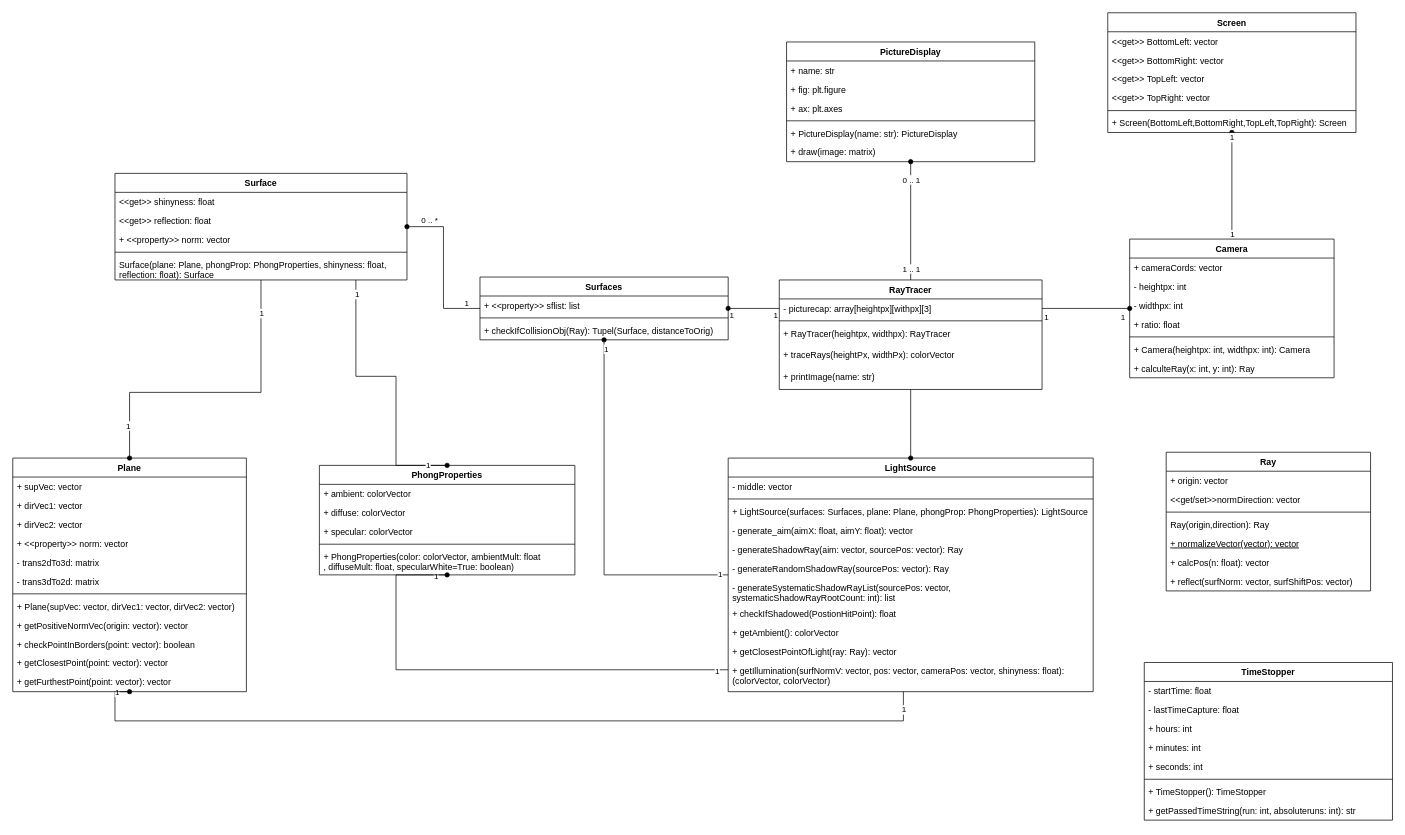
FreshMax9000/RayTrace keeps this draw.io diagram as rayclasses.drawio. Above is the earlier version. Source tidied: cells renumbered, new cells numbered last; positions are measured from the earlier drawing's top-left corner, leaving out a move shared by most shapes. Both pictures are drawn from the tidied source at 73%, with x=0, y=0 at pixel (12, 12).
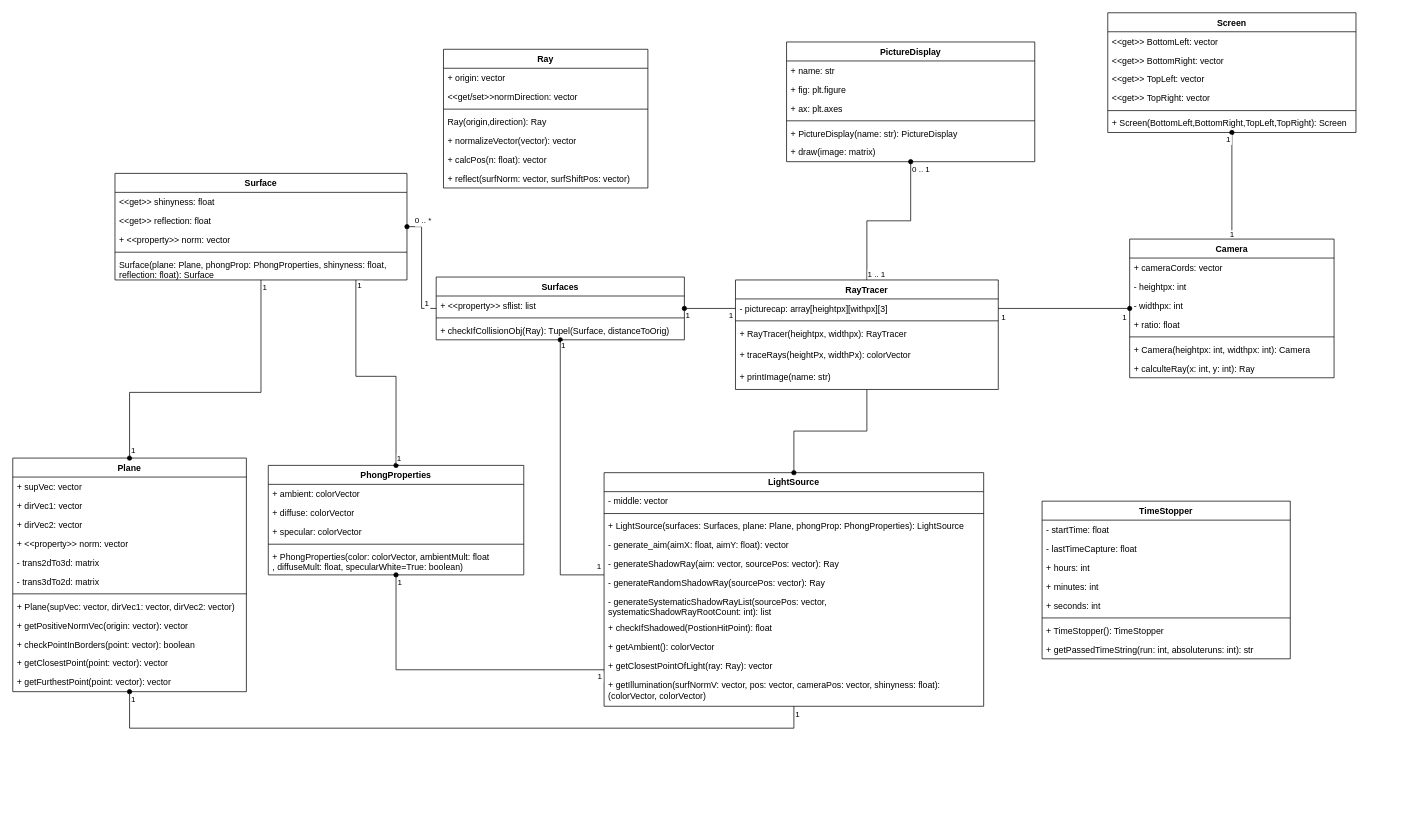
Above is the later version.

Commit message (it also covers changes not shown here):
Changed Doku and Classdiagramm, added Vektorgrafik

Unchanged cells that the change refers to:
```xml
<mxCell id="5" value="Surface" style="swimlane;fontStyle=1;align=center;verticalAlign=top;horizontal=1;startSize=26;" parent="1" vertex="1">
  <mxGeometry x="140" y="220" width="400" height="146" as="geometry" />
</mxCell>
<mxCell id="19" value="Screen" style="swimlane;fontStyle=1;align=center;verticalAlign=top;horizontal=1;startSize=26;" parent="1" vertex="1">
  <mxGeometry x="1500" width="340" height="164" as="geometry" />
</mxCell>
<mxCell id="30" value="- picturecap: array[heightpx][withpx][3]" style="text;strokeColor=none;fillColor=none;align=left;verticalAlign=top;spacingLeft=4;spacingRight=4;overflow=hidden;points=[[0,0.5],[1,0.5]];portConstraint=eastwest;" parent="29" vertex="1">
  <mxGeometry y="26" width="360" height="26" as="geometry" />
</mxCell>
<mxCell id="38" value="Camera" style="swimlane;fontStyle=1;align=center;verticalAlign=top;horizontal=1;startSize=26;" parent="1" vertex="1">
  <mxGeometry x="1530" y="310" width="280" height="190" as="geometry" />
</mxCell>
<mxCell id="62" value="Plane" style="swimlane;fontStyle=1;align=center;verticalAlign=top;horizontal=1;startSize=26;" parent="1" vertex="1">
  <mxGeometry y="610" width="320" height="320" as="geometry" />
</mxCell>
<mxCell id="112" value="PictureDisplay" style="swimlane;fontStyle=1;align=center;verticalAlign=top;horizontal=1;startSize=26;" parent="1" vertex="1">
  <mxGeometry x="1060" y="40" width="340" height="164" as="geometry" />
</mxCell>
```

Change to the diagram source:
```diff
@@
-    <mxCell id="2" style="edgeStyle=orthogonalEdgeStyle;rounded=0;jettySize=auto;html=1;startArrow=oval;startFill=1;endArrow=none;endFill=0;" parent="1" edge="1" source="5" target="46">
+    <mxCell id="2" style="edgeStyle=orthogonalEdgeStyle;rounded=0;jettySize=auto;startArrow=oval;startFill=1;endArrow=none;endFill=0;" parent="1" edge="1" source="5" target="46">
       <mxGeometry relative="1" as="geometry" />
     </mxCell>
-    <mxCell id="3" value="0 .. *" style="edgeLabel;html=1;align=center;verticalAlign=middle;" parent="2" vertex="1">
+    <mxCell id="3" value="0 .. *" style="edgeLabel;align=center;verticalAlign=middle;" parent="2" vertex="1">
       <mxGeometry x="-0.75" relative="1" as="geometry">
         <mxPoint x="3" y="-9" as="offset" />
       </mxGeometry>
     </mxCell>
-    <mxCell id="4" value="1" style="edgeLabel;html=1;align=center;verticalAlign=middle;" parent="2" vertex="1">
+    <mxCell id="4" value="1" style="edgeLabel;align=center;verticalAlign=middle;" parent="2" vertex="1">
       <mxGeometry x="0.78" y="1" relative="1" as="geometry">
         <mxPoint x="4" y="-7" as="offset" />
       </mxGeometry>
     </mxCell>
@@
     <mxCell id="11" value="Ray" style="swimlane;fontStyle=1;align=center;verticalAlign=top;horizontal=1;startSize=26;" parent="1" vertex="1">
-      <mxGeometry x="1580" y="602" width="280" height="190" as="geometry" />
+      <mxGeometry x="590" y="50" width="280" height="190" as="geometry" />
     </mxCell>
@@
-    <mxCell id="16" value="+ normalizeVector(vector): vector" style="text;strokeColor=none;fillColor=none;align=left;verticalAlign=top;spacingLeft=4;spacingRight=4;overflow=hidden;fontStyle=4;" parent="11" vertex="1">
+    <mxCell id="16" value="+ normalizeVector(vector): vector" style="text;strokeColor=none;fillColor=none;align=left;verticalAlign=top;spacingLeft=4;spacingRight=4;overflow=hidden;fontStyle=0;" parent="11" vertex="1">
       <mxGeometry y="112" width="280" height="26" as="geometry" />
     </mxCell>
@@
-    <mxCell id="26" style="edgeStyle=orthogonalEdgeStyle;rounded=0;jettySize=auto;html=1;endArrow=oval;endFill=1;" parent="1" edge="1" source="29" target="112">
+    <mxCell id="26" style="edgeStyle=orthogonalEdgeStyle;rounded=0;jettySize=auto;endArrow=oval;endFill=1;" parent="1" edge="1" source="29" target="112">
       <mxGeometry relative="1" as="geometry" />
     </mxCell>
-    <mxCell id="27" value="0 .. 1" style="edgeLabel;html=1;align=center;verticalAlign=middle;" parent="26" vertex="1">
+    <mxCell id="27" value="0 .. 1" style="edgeLabel;align=center;verticalAlign=middle;" parent="26" vertex="1">
       <mxGeometry x="0.71" relative="1" as="geometry">
-        <mxPoint y="1" as="offset" />
+        <mxPoint x="14" y="-23" as="offset" />
       </mxGeometry>
     </mxCell>
-    <mxCell id="28" value="1 .. 1" style="edgeLabel;html=1;align=center;verticalAlign=middle;" parent="26" vertex="1">
+    <mxCell id="28" value="1 .. 1" style="edgeLabel;align=center;verticalAlign=middle;" parent="26" vertex="1">
       <mxGeometry x="-0.79" relative="1" as="geometry">
-        <mxPoint y="1" as="offset" />
+        <mxPoint x="13" y="14" as="offset" />
       </mxGeometry>
     </mxCell>
     <mxCell id="29" value="RayTracer" style="swimlane;fontStyle=1;align=center;verticalAlign=top;horizontal=1;startSize=26;" parent="1" vertex="1">
-      <mxGeometry x="1050" y="366" width="360" height="150" as="geometry" />
+      <mxGeometry x="990" y="366" width="360" height="150" as="geometry" />
     </mxCell>
@@
-    <mxCell id="35" style="edgeStyle=orthogonalEdgeStyle;rounded=0;jettySize=auto;html=1;exitX=0.5;exitY=0;exitDx=0;exitDy=0;startArrow=none;startFill=0;endArrow=oval;endFill=1;" parent="1" edge="1" source="38" target="19">
+    <mxCell id="35" style="edgeStyle=orthogonalEdgeStyle;rounded=0;jettySize=auto;exitX=0.5;exitY=0;exitDx=0;exitDy=0;startArrow=none;startFill=0;endArrow=oval;endFill=1;" parent="1" edge="1" source="38" target="19">
       <mxGeometry relative="1" as="geometry" />
     </mxCell>
-    <mxCell id="36" value="1" style="edgeLabel;html=1;align=center;verticalAlign=middle;" parent="35" vertex="1">
+    <mxCell id="36" value="1" style="edgeLabel;align=center;verticalAlign=middle;" parent="35" vertex="1">
       <mxGeometry x="-0.91" relative="1" as="geometry" />
     </mxCell>
-    <mxCell id="37" value="1" style="edgeLabel;html=1;align=center;verticalAlign=middle;" parent="35" vertex="1">
-      <mxGeometry x="0.92" y="1" relative="1" as="geometry" />
+    <mxCell id="37" value="1" style="edgeLabel;align=center;verticalAlign=middle;" parent="35" vertex="1">
+      <mxGeometry x="0.92" y="1" relative="1" as="geometry">
+        <mxPoint x="-4" y="2" as="offset" />
+      </mxGeometry>
     </mxCell>
@@
     <mxCell id="46" value="Surfaces" style="swimlane;fontStyle=1;align=center;verticalAlign=top;horizontal=1;startSize=26;" parent="1" vertex="1">
-      <mxGeometry x="640" y="362" width="340" height="86" as="geometry" />
+      <mxGeometry x="580" y="362" width="340" height="86" as="geometry" />
     </mxCell>
@@
-    <mxCell id="50" style="edgeStyle=orthogonalEdgeStyle;rounded=0;jettySize=auto;html=1;startArrow=none;startFill=0;endArrow=oval;endFill=1;" parent="1" edge="1" source="78" target="46">
+    <mxCell id="50" style="edgeStyle=orthogonalEdgeStyle;rounded=0;jettySize=auto;startArrow=none;startFill=0;endArrow=oval;endFill=1;" parent="1" edge="1" source="78" target="46">
       <mxGeometry relative="1" as="geometry">
         <Array as="points">
-          <mxPoint x="810" y="770" />
+          <mxPoint x="750" y="770" />
         </Array>
       </mxGeometry>
     </mxCell>
-    <mxCell id="51" value="1" style="edgeLabel;html=1;align=center;verticalAlign=middle;" parent="50" vertex="1">
-      <mxGeometry x="0.95" y="-2" relative="1" as="geometry" />
+    <mxCell id="51" value="1" style="edgeLabel;align=center;verticalAlign=middle;" parent="50" vertex="1">
+      <mxGeometry x="0.95" y="-2" relative="1" as="geometry">
+        <mxPoint x="2" y="-3" as="offset" />
+      </mxGeometry>
     </mxCell>
-    <mxCell id="52" value="1" style="edgeLabel;html=1;align=center;verticalAlign=middle;" parent="50" vertex="1">
-      <mxGeometry x="-0.95" y="-2" relative="1" as="geometry" />
+    <mxCell id="52" value="1" style="edgeLabel;align=center;verticalAlign=middle;" parent="50" vertex="1">
+      <mxGeometry x="-0.95" y="-2" relative="1" as="geometry">
+        <mxPoint x="3" y="-11" as="offset" />
+      </mxGeometry>
     </mxCell>
-    <mxCell id="53" style="edgeStyle=orthogonalEdgeStyle;rounded=0;jettySize=auto;html=1;exitX=1;exitY=0.5;exitDx=0;exitDy=0;endArrow=oval;endFill=1;" parent="1" edge="1" source="30" target="38">
+    <mxCell id="53" style="edgeStyle=orthogonalEdgeStyle;rounded=0;jettySize=auto;exitX=1;exitY=0.5;exitDx=0;exitDy=0;endArrow=oval;endFill=1;" parent="1" edge="1" source="30" target="38">
       <mxGeometry relative="1" as="geometry" />
     </mxCell>
-    <mxCell id="54" value="1" style="edgeLabel;html=1;align=center;verticalAlign=middle;" parent="53" vertex="1">
+    <mxCell id="54" value="1" style="edgeLabel;align=center;verticalAlign=middle;" parent="53" vertex="1">
       <mxGeometry x="-0.92" y="-1" relative="1" as="geometry">
         <mxPoint y="10" as="offset" />
       </mxGeometry>
     </mxCell>
-    <mxCell id="55" value="1" style="edgeLabel;html=1;align=center;verticalAlign=middle;" parent="53" vertex="1">
+    <mxCell id="55" value="1" style="edgeLabel;align=center;verticalAlign=middle;" parent="53" vertex="1">
       <mxGeometry x="0.84" relative="1" as="geometry">
-        <mxPoint y="11" as="offset" />
+        <mxPoint x="7" y="11" as="offset" />
       </mxGeometry>
     </mxCell>
-    <mxCell id="56" style="edgeStyle=orthogonalEdgeStyle;rounded=0;jettySize=auto;html=1;exitX=0;exitY=0.5;exitDx=0;exitDy=0;endArrow=oval;endFill=1;" parent="1" edge="1" source="30" target="46">
+    <mxCell id="56" style="edgeStyle=orthogonalEdgeStyle;rounded=0;jettySize=auto;exitX=0;exitY=0.5;exitDx=0;exitDy=0;endArrow=oval;endFill=1;" parent="1" edge="1" source="30" target="46">
       <mxGeometry relative="1" as="geometry" />
     </mxCell>
-    <mxCell id="57" value="1" style="edgeLabel;html=1;align=center;verticalAlign=middle;" parent="56" vertex="1">
+    <mxCell id="57" value="1" style="edgeLabel;align=center;verticalAlign=middle;" parent="56" vertex="1">
       <mxGeometry x="-0.83" y="-2" relative="1" as="geometry">
         <mxPoint y="10" as="offset" />
       </mxGeometry>
     </mxCell>
-    <mxCell id="58" value="1" style="edgeLabel;html=1;align=center;verticalAlign=middle;" parent="56" vertex="1">
+    <mxCell id="58" value="1" style="edgeLabel;align=center;verticalAlign=middle;" parent="56" vertex="1">
       <mxGeometry x="0.71" y="2" relative="1" as="geometry">
         <mxPoint x="-5.4" y="6" as="offset" />
       </mxGeometry>
     </mxCell>
-    <mxCell id="59" style="edgeStyle=orthogonalEdgeStyle;rounded=0;jettySize=auto;html=1;exitX=0.5;exitY=1;exitDx=0;exitDy=0;startArrow=oval;startFill=1;endArrow=none;endFill=0;" parent="1" edge="1" source="62" target="78">
+    <mxCell id="59" style="edgeStyle=orthogonalEdgeStyle;rounded=0;jettySize=auto;exitX=0.5;exitY=1;exitDx=0;exitDy=0;startArrow=oval;startFill=1;endArrow=none;endFill=0;" parent="1" edge="1" source="62" target="78">
       <mxGeometry relative="1" as="geometry">
         <Array as="points">
-          <mxPoint x="140" y="930" />
-          <mxPoint x="140" y="970" />
-          <mxPoint x="1220" y="970" />
+          <mxPoint x="160" y="980" />
+          <mxPoint x="1070" y="980" />
         </Array>
       </mxGeometry>
     </mxCell>
-    <mxCell id="60" value="1" style="edgeLabel;html=1;align=center;verticalAlign=middle;" parent="59" vertex="1">
-      <mxGeometry x="-0.97" relative="1" as="geometry" />
+    <mxCell id="60" value="1" style="edgeLabel;align=center;verticalAlign=middle;" parent="59" vertex="1">
+      <mxGeometry x="-0.97" relative="1" as="geometry">
+        <mxPoint x="5" y="-6" as="offset" />
+      </mxGeometry>
     </mxCell>
-    <mxCell id="61" value="1" style="edgeLabel;html=1;align=center;verticalAlign=middle;" parent="59" vertex="1">
-      <mxGeometry x="0.96" relative="1" as="geometry" />
+    <mxCell id="61" value="1" style="edgeLabel;align=center;verticalAlign=middle;" parent="59" vertex="1">
+      <mxGeometry x="0.96" relative="1" as="geometry">
+        <mxPoint x="5" y="-10.2" as="offset" />
+      </mxGeometry>
     </mxCell>
@@
-    <mxCell id="75" style="edgeStyle=orthogonalEdgeStyle;rounded=0;jettySize=auto;html=1;exitX=0.5;exitY=1;exitDx=0;exitDy=0;startArrow=none;startFill=0;endArrow=oval;endFill=1;entryX=0.5;entryY=0;entryDx=0;entryDy=0;" parent="1" edge="1" source="5" target="62">
+    <mxCell id="75" style="edgeStyle=orthogonalEdgeStyle;rounded=0;jettySize=auto;exitX=0.5;exitY=1;exitDx=0;exitDy=0;startArrow=none;startFill=0;endArrow=oval;endFill=1;entryX=0.5;entryY=0;entryDx=0;entryDy=0;" parent="1" edge="1" source="5" target="62">
       <mxGeometry relative="1" as="geometry">
         <Array as="points">
           <mxPoint x="340" y="520" />
           <mxPoint x="160" y="520" />
         </Array>
       </mxGeometry>
     </mxCell>
-    <mxCell id="76" value="1" style="edgeLabel;html=1;align=center;verticalAlign=middle;" parent="75" vertex="1">
-      <mxGeometry x="-0.79" relative="1" as="geometry" />
+    <mxCell id="76" value="1" style="edgeLabel;align=center;verticalAlign=middle;" parent="75" vertex="1">
+      <mxGeometry x="-0.79" relative="1" as="geometry">
+        <mxPoint x="5" y="-36" as="offset" />
+      </mxGeometry>
     </mxCell>
-    <mxCell id="77" value="1" style="edgeLabel;html=1;align=center;verticalAlign=middle;" parent="75" vertex="1">
-      <mxGeometry x="0.79" y="-3" relative="1" as="geometry" />
+    <mxCell id="77" value="1" style="edgeLabel;align=center;verticalAlign=middle;" parent="75" vertex="1">
+      <mxGeometry x="0.79" y="-3" relative="1" as="geometry">
+        <mxPoint x="8" y="34" as="offset" />
+      </mxGeometry>
     </mxCell>
     <mxCell id="78" value="LightSource" style="swimlane;fontStyle=1;align=center;verticalAlign=top;horizontal=1;startSize=26;" parent="1" vertex="1">
-      <mxGeometry x="980" y="610" width="500" height="320" as="geometry" />
+      <mxGeometry x="810" y="630" width="520" height="320" as="geometry" />
     </mxCell>
     <mxCell id="79" value="- middle: vector" style="text;strokeColor=none;fillColor=none;align=left;verticalAlign=top;spacingLeft=4;spacingRight=4;overflow=hidden;" parent="78" vertex="1">
-      <mxGeometry y="26" width="500" height="26" as="geometry" />
+      <mxGeometry y="26" width="520" height="26" as="geometry" />
     </mxCell>
     <mxCell id="80" style="line;strokeWidth=1;fillColor=none;align=left;verticalAlign=middle;spacingTop=-1;spacingLeft=3;spacingRight=3;labelPosition=right;" parent="78" vertex="1">
-      <mxGeometry y="52" width="500" height="8" as="geometry" />
+      <mxGeometry y="52" width="520" height="8" as="geometry" />
     </mxCell>
     <mxCell id="81" value="+ LightSource(surfaces: Surfaces, plane: Plane, phongProp: PhongProperties): LightSource" style="text;strokeColor=none;fillColor=none;align=left;verticalAlign=top;spacingLeft=4;spacingRight=4;overflow=hidden;" parent="78" vertex="1">
-      <mxGeometry y="60" width="500" height="26" as="geometry" />
+      <mxGeometry y="60" width="520" height="26" as="geometry" />
     </mxCell>
     <mxCell id="82" value="- generate_aim(aimX: float, aimY: float): vector" style="text;strokeColor=none;fillColor=none;align=left;verticalAlign=top;spacingLeft=4;spacingRight=4;overflow=hidden;" parent="78" vertex="1">
-      <mxGeometry y="86" width="500" height="26" as="geometry" />
+      <mxGeometry y="86" width="520" height="26" as="geometry" />
     </mxCell>
     <mxCell id="83" value="- generateShadowRay(aim: vector, sourcePos: vector): Ray" style="text;strokeColor=none;fillColor=none;align=left;verticalAlign=top;spacingLeft=4;spacingRight=4;overflow=hidden;" parent="78" vertex="1">
-      <mxGeometry y="112" width="500" height="26" as="geometry" />
+      <mxGeometry y="112" width="520" height="26" as="geometry" />
     </mxCell>
     <mxCell id="84" value="- generateRandomShadowRay(sourcePos: vector): Ray" style="text;strokeColor=none;fillColor=none;align=left;verticalAlign=top;spacingLeft=4;spacingRight=4;overflow=hidden;" parent="78" vertex="1">
-      <mxGeometry y="138" width="500" height="26" as="geometry" />
+      <mxGeometry y="138" width="520" height="26" as="geometry" />
     </mxCell>
     <mxCell id="85" value="- generateSystematicShadowRayList(sourcePos: vector,&#10;systematicShadowRayRootCount: int): list&#10;" style="text;strokeColor=none;fillColor=none;align=left;verticalAlign=top;spacingLeft=4;spacingRight=4;overflow=hidden;" parent="78" vertex="1">
-      <mxGeometry y="164" width="500" height="36" as="geometry" />
+      <mxGeometry y="164" width="520" height="36" as="geometry" />
     </mxCell>
     <mxCell id="86" value="+ checkIfShadowed(PostionHitPoint): float" style="text;strokeColor=none;fillColor=none;align=left;verticalAlign=top;spacingLeft=4;spacingRight=4;overflow=hidden;" parent="78" vertex="1">
-      <mxGeometry y="200" width="500" height="26" as="geometry" />
+      <mxGeometry y="200" width="520" height="26" as="geometry" />
     </mxCell>
     <mxCell id="87" value="+ getAmbient(): colorVector" style="text;strokeColor=none;fillColor=none;align=left;verticalAlign=top;spacingLeft=4;spacingRight=4;overflow=hidden;" parent="78" vertex="1">
-      <mxGeometry y="226" width="500" height="26" as="geometry" />
+      <mxGeometry y="226" width="520" height="26" as="geometry" />
     </mxCell>
     <mxCell id="88" value="+ getClosestPointOfLight(ray: Ray): vector" style="text;strokeColor=none;fillColor=none;align=left;verticalAlign=top;spacingLeft=4;spacingRight=4;overflow=hidden;" parent="78" vertex="1">
-      <mxGeometry y="252" width="500" height="26" as="geometry" />
+      <mxGeometry y="252" width="520" height="26" as="geometry" />
     </mxCell>
     <mxCell id="89" value="+ getIllumination(surfNormV: vector, pos: vector, cameraPos: vector, shinyness: float):&#10;(colorVector, colorVector)&#10;" style="text;strokeColor=none;fillColor=none;align=left;verticalAlign=top;spacingLeft=4;spacingRight=4;overflow=hidden;" parent="78" vertex="1">
-      <mxGeometry y="278" width="500" height="42" as="geometry" />
+      <mxGeometry y="278" width="520" height="42" as="geometry" />
     </mxCell>
-    <mxCell id="90" style="edgeStyle=orthogonalEdgeStyle;rounded=0;jettySize=auto;html=1;exitX=0.5;exitY=1;exitDx=0;exitDy=0;startArrow=oval;startFill=1;endArrow=none;endFill=0;" parent="1" edge="1" source="93" target="78">
+    <mxCell id="90" style="edgeStyle=orthogonalEdgeStyle;rounded=0;jettySize=auto;exitX=0.5;exitY=1;exitDx=0;exitDy=0;startArrow=oval;startFill=1;endArrow=none;endFill=0;" parent="1" edge="1" source="93" target="78">
       <mxGeometry relative="1" as="geometry">
         <Array as="points">
           <mxPoint x="525" y="770" />
           <mxPoint x="525" y="900" />
         </Array>
       </mxGeometry>
     </mxCell>
-    <mxCell id="91" value="1" style="edgeLabel;html=1;align=center;verticalAlign=middle;" parent="90" vertex="1">
-      <mxGeometry x="-0.95" y="1" relative="1" as="geometry" />
+    <mxCell id="91" value="1" style="edgeLabel;align=center;verticalAlign=middle;" parent="90" vertex="1">
+      <mxGeometry x="-0.95" y="1" relative="1" as="geometry">
+        <mxPoint x="4" as="offset" />
+      </mxGeometry>
     </mxCell>
-    <mxCell id="92" value="1" style="edgeLabel;html=1;align=center;verticalAlign=middle;" parent="90" vertex="1">
-      <mxGeometry x="0.95" y="-1" relative="1" as="geometry" />
+    <mxCell id="92" value="1" style="edgeLabel;align=center;verticalAlign=middle;" parent="90" vertex="1">
+      <mxGeometry x="0.95" y="-1" relative="1" as="geometry">
+        <mxPoint x="4" y="7" as="offset" />
+      </mxGeometry>
     </mxCell>
     <mxCell id="93" value="PhongProperties" style="swimlane;fontStyle=1;align=center;verticalAlign=top;horizontal=1;startSize=26;" parent="1" vertex="1">
-      <mxGeometry x="420" y="620" width="350" height="150" as="geometry" />
+      <mxGeometry x="350" y="620" width="350" height="150" as="geometry" />
     </mxCell>
@@
-    <mxCell id="99" style="edgeStyle=orthogonalEdgeStyle;rounded=0;jettySize=auto;html=1;exitX=0.5;exitY=0;exitDx=0;exitDy=0;startArrow=oval;startFill=1;endArrow=none;endFill=0;" parent="1" edge="1" source="93" target="5">
+    <mxCell id="99" style="edgeStyle=orthogonalEdgeStyle;rounded=0;jettySize=auto;exitX=0.5;exitY=0;exitDx=0;exitDy=0;startArrow=oval;startFill=1;endArrow=none;endFill=0;" parent="1" edge="1" source="93" target="5">
       <mxGeometry relative="1" as="geometry">
         <Array as="points">
           <mxPoint x="525" y="498" />
           <mxPoint x="470" y="498" />
         </Array>
       </mxGeometry>
     </mxCell>
-    <mxCell id="100" value="1" style="edgeLabel;html=1;align=center;verticalAlign=middle;" parent="99" vertex="1">
-      <mxGeometry x="0.9" y="-1" relative="1" as="geometry" />
+    <mxCell id="100" value="1" style="edgeLabel;align=center;verticalAlign=middle;" parent="99" vertex="1">
+      <mxGeometry x="0.9" y="-1" relative="1" as="geometry">
+        <mxPoint x="4" y="-9" as="offset" />
+      </mxGeometry>
     </mxCell>
-    <mxCell id="101" value="1" style="edgeLabel;html=1;align=center;verticalAlign=middle;" parent="99" vertex="1">
-      <mxGeometry x="-0.86" y="-1" relative="1" as="geometry" />
+    <mxCell id="101" value="1" style="edgeLabel;align=center;verticalAlign=middle;" parent="99" vertex="1">
+      <mxGeometry x="-0.86" y="-1" relative="1" as="geometry">
+        <mxPoint x="3" y="11" as="offset" />
+      </mxGeometry>
     </mxCell>
-    <mxCell id="102" style="edgeStyle=orthogonalEdgeStyle;rounded=0;jettySize=auto;html=1;exitX=0.5;exitY=0;exitDx=0;exitDy=0;startArrow=oval;startFill=1;endArrow=none;endFill=0;" parent="1" edge="1" source="78" target="29">
+    <mxCell id="102" style="edgeStyle=orthogonalEdgeStyle;rounded=0;jettySize=auto;exitX=0.5;exitY=0;exitDx=0;exitDy=0;startArrow=oval;startFill=1;endArrow=none;endFill=0;" parent="1" edge="1" source="78" target="29">
       <mxGeometry relative="1" as="geometry" />
     </mxCell>
     <mxCell id="103" value="TimeStopper" style="swimlane;fontStyle=1;align=center;verticalAlign=top;horizontal=1;startSize=26;" parent="1" vertex="1">
-      <mxGeometry x="1550" y="890" width="340" height="216" as="geometry" />
+      <mxGeometry x="1410" y="669" width="340" height="216" as="geometry" />
     </mxCell>
```
